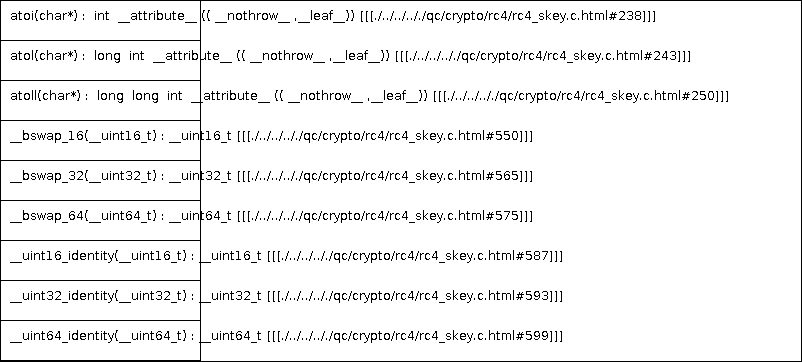
Before: docs/qc/crypto/rc4/rc4_skey.c.png, a diagram exported from PlantUML (qualitesys/openssl). Its source is kept beside it as docs/qc/crypto/rc4/rc4_skey.c.puml.
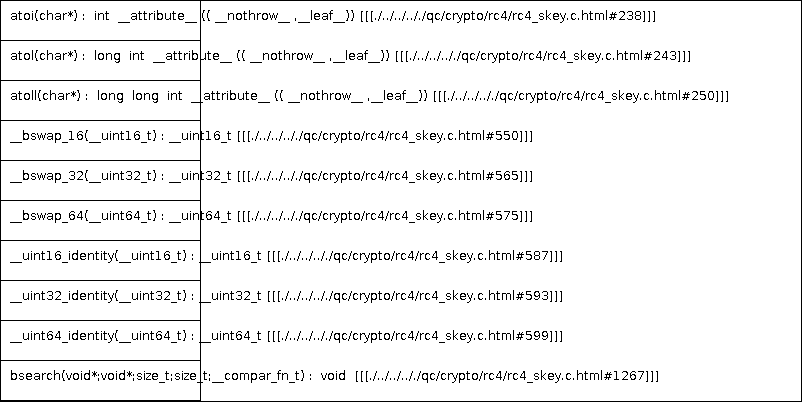
After the commit.

The edit, as a diff of the source:
```diff
@@ -10,5 +10,6 @@
 __uint16_identity(__uint16_t) : __uint16_t [[[./../../.././qc/crypto/rc4/rc4_skey.c.html#587]]]
 __uint32_identity(__uint32_t) : __uint32_t [[[./../../.././qc/crypto/rc4/rc4_skey.c.html#593]]]
 __uint64_identity(__uint64_t) : __uint64_t [[[./../../.././qc/crypto/rc4/rc4_skey.c.html#599]]]
+bsearch(void*;void*;size_t;size_t;__compar_fn_t) :  void  [[[./../../.././qc/crypto/rc4/rc4_skey.c.html#1267]]]
 }
 @enduml
```
